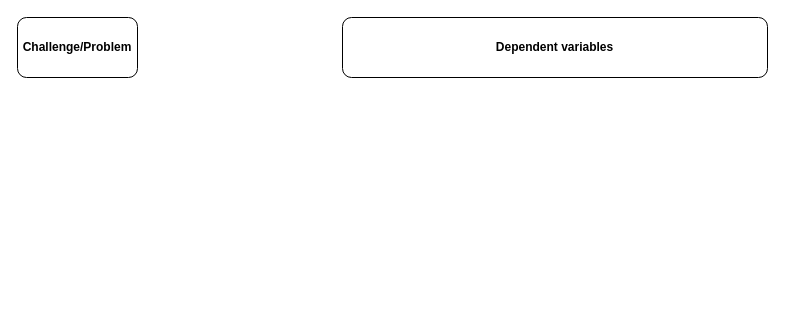
Jochoniah/2015 keeps this draw.io diagram as Untitled Diagram.drawio. Above is the earlier version. Source tidied: cells renumbered, new cells numbered last; positions are measured from the earlier drawing's top-left corner, leaving out a move shared by most shapes. Both pictures are drawn from the tidied source at 100%, with x=0, y=0 at pixel (17, 17).
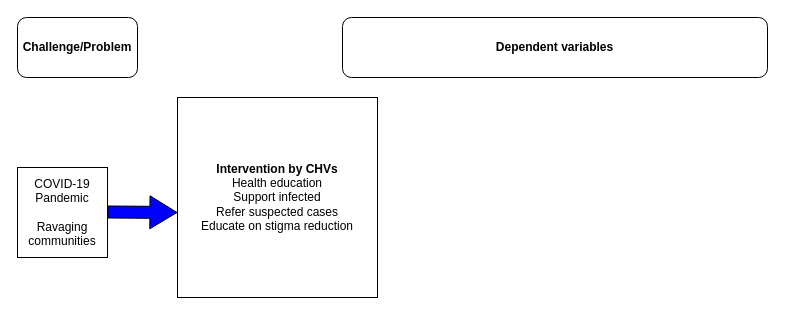
The same page after the edit.

Change to the diagram source:
```diff
@@
 <mxGraphModel>
   <root>
     <mxCell id="0" />
     <mxCell id="1" parent="0" />
     <mxCell id="2" value="Challenge/Problem" style="rounded=1;whiteSpace=wrap;html=1;fontStyle=1;" parent="1" vertex="1">
       <mxGeometry width="120" height="60" as="geometry" />
     </mxCell>
     <mxCell id="3" value="&lt;b&gt;Dependent variables&lt;/b&gt;" style="rounded=1;whiteSpace=wrap;html=1;" parent="1" vertex="1">
       <mxGeometry x="325" width="425" height="60" as="geometry" />
     </mxCell>
+    <mxCell id="4" value="COVID-19 Pandemic&lt;br&gt;&lt;br&gt;Ravaging communities" style="whiteSpace=wrap;html=1;" parent="1" vertex="1">
+      <mxGeometry y="150" width="90" height="90" as="geometry" />
+    </mxCell>
+    <mxCell id="5" style="shape=flexArrow;endArrow=classic;html=1;width=12;endSize=8.7;fillColor=#0000FF;" parent="1" edge="1">
+      <mxGeometry relative="1" as="geometry">
+        <mxPoint x="90" y="194.5" as="sourcePoint" />
+        <mxPoint x="160" y="195" as="targetPoint" />
+      </mxGeometry>
+    </mxCell>
+    <mxCell id="6" value="&lt;b&gt;Intervention by CHVs&lt;/b&gt;&lt;br&gt;Health education&lt;br&gt;Support infected&lt;br&gt;Refer suspected cases&lt;br&gt;Educate on stigma reduction" style="whiteSpace=wrap;html=1;" parent="1" vertex="1">
+      <mxGeometry x="160" y="80" width="200" height="200" as="geometry" />
+    </mxCell>
   </root>
 </mxGraphModel>
```
